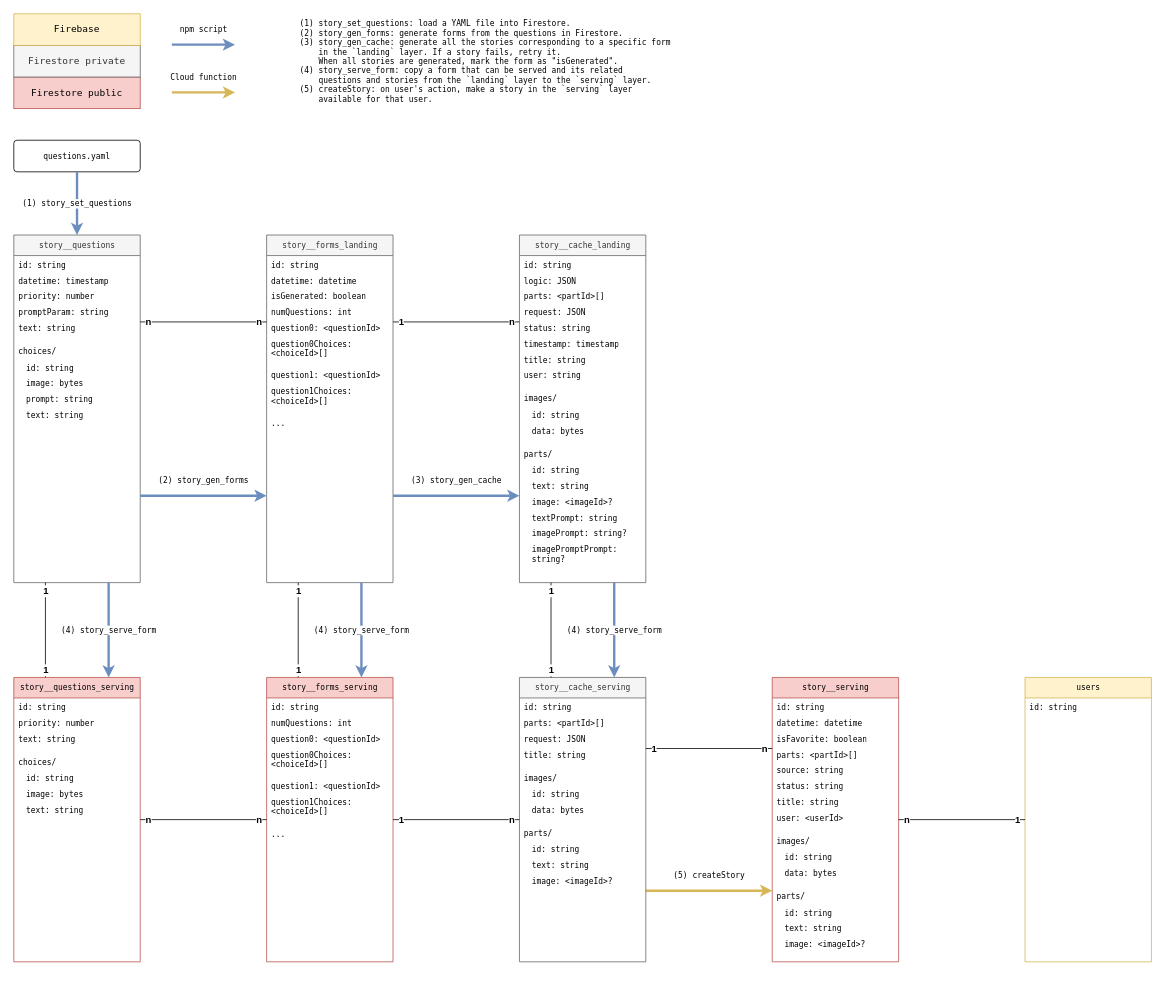
Above: doc/data_flow.drawio in AceZz/bedtime-writer (draw.io), before the change. Source tidied: cells renumbered, new cells numbered last; positions are measured from the earlier drawing's top-left corner, leaving out a move shared by most shapes. Both pictures are drawn from the tidied source at 79%, with x=0, y=0 at pixel (13, 13).
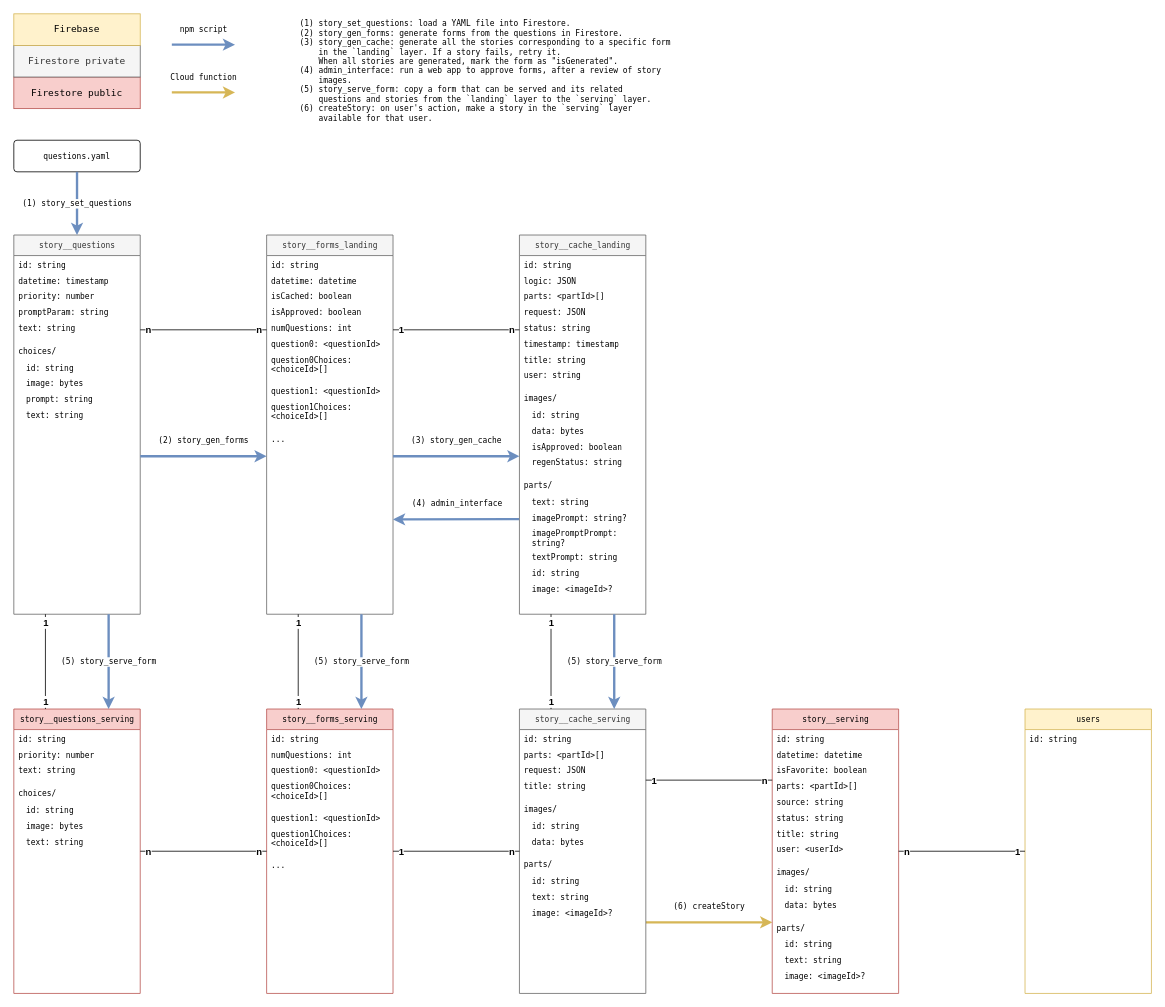
The same diagram, later.

The edit, as a diff of the source:
```diff
@@
     <mxCell id="2" value="story__questions" style="swimlane;html=1;fontStyle=0;horizontal=1;startSize=26;swimlaneFillColor=#ffffff;rounded=0;shadow=0;comic=0;labelBackgroundColor=none;strokeWidth=1;fontFamily=Lucida Console;fontSize=10;align=center;fillColor=#f5f5f5;strokeColor=#666666;swimlaneLine=1;glass=0;fontColor=#333333;" parent="1" vertex="1">
-      <mxGeometry y="280" width="160" height="440" as="geometry" />
+      <mxGeometry y="280" width="160" height="480" as="geometry" />
     </mxCell>
@@
     <mxCell id="13" value="story__forms_landing" style="swimlane;html=1;fontStyle=0;horizontal=1;startSize=26;swimlaneFillColor=#ffffff;rounded=0;shadow=0;comic=0;labelBackgroundColor=none;strokeWidth=1;fontFamily=Lucida Console;fontSize=10;align=center;fillColor=#f5f5f5;fontColor=#333333;strokeColor=#666666;swimlaneLine=1;glass=0;" parent="1" vertex="1">
-      <mxGeometry x="320" y="280" width="160" height="440" as="geometry" />
+      <mxGeometry x="320" y="280" width="160" height="480" as="geometry" />
     </mxCell>
@@
-    <mxCell id="16" value="isGenerated: boolean" style="text;strokeColor=none;fillColor=none;align=left;verticalAlign=top;spacingLeft=4;spacingRight=4;overflow=hidden;whiteSpace=wrap;html=1;fontFamily=Lucida Console;fontSize=10;labelBackgroundColor=none;" parent="13" vertex="1">
+    <mxCell id="16" value="isCached: boolean" style="text;strokeColor=none;fillColor=none;align=left;verticalAlign=top;spacingLeft=4;spacingRight=4;overflow=hidden;whiteSpace=wrap;html=1;fontFamily=Lucida Console;fontSize=10;labelBackgroundColor=none;" parent="13" vertex="1">
       <mxGeometry y="66" width="160" height="20" as="geometry" />
     </mxCell>
+    <mxCell id="137" value="isApproved: boolean" style="text;strokeColor=none;fillColor=none;align=left;verticalAlign=top;spacingLeft=4;spacingRight=4;overflow=hidden;whiteSpace=wrap;html=1;fontFamily=Lucida Console;fontSize=10;labelBackgroundColor=none;" parent="13" vertex="1">
+      <mxGeometry y="86" width="160" height="20" as="geometry" />
+    </mxCell>
     <mxCell id="17" value="numQuestions: int" style="text;strokeColor=none;fillColor=none;align=left;verticalAlign=top;spacingLeft=4;spacingRight=4;overflow=hidden;whiteSpace=wrap;html=1;fontFamily=Lucida Console;fontSize=10;labelBackgroundColor=none;" parent="13" vertex="1">
-      <mxGeometry y="86" width="160" height="20" as="geometry" />
+      <mxGeometry y="106" width="160" height="20" as="geometry" />
     </mxCell>
     <mxCell id="18" value="question0: &amp;lt;questionId&amp;gt;" style="text;strokeColor=none;fillColor=none;align=left;verticalAlign=top;spacingLeft=4;spacingRight=4;overflow=hidden;whiteSpace=wrap;html=1;fontFamily=Lucida Console;fontSize=10;labelBackgroundColor=none;" parent="13" vertex="1">
-      <mxGeometry y="106" width="160" height="20" as="geometry" />
+      <mxGeometry y="126" width="160" height="20" as="geometry" />
     </mxCell>
     <mxCell id="19" value="question0Choices: &amp;lt;choiceId&amp;gt;[]" style="text;strokeColor=none;fillColor=none;align=left;verticalAlign=top;spacingLeft=4;spacingRight=4;overflow=hidden;whiteSpace=wrap;html=1;fontFamily=Lucida Console;fontSize=10;labelBackgroundColor=none;" parent="13" vertex="1">
-      <mxGeometry y="126" width="160" height="40" as="geometry" />
+      <mxGeometry y="146" width="160" height="40" as="geometry" />
     </mxCell>
     <mxCell id="20" value="question1: &amp;lt;questionId&amp;gt;" style="text;strokeColor=none;fillColor=none;align=left;verticalAlign=top;spacingLeft=4;spacingRight=4;overflow=hidden;whiteSpace=wrap;html=1;fontFamily=Lucida Console;fontSize=10;labelBackgroundColor=none;" parent="13" vertex="1">
-      <mxGeometry y="166" width="160" height="20" as="geometry" />
+      <mxGeometry y="186" width="160" height="20" as="geometry" />
     </mxCell>
     <mxCell id="21" value="question1Choices: &amp;lt;choiceId&amp;gt;[]" style="text;strokeColor=none;fillColor=none;align=left;verticalAlign=top;spacingLeft=4;spacingRight=4;overflow=hidden;whiteSpace=wrap;html=1;fontFamily=Lucida Console;fontSize=10;labelBackgroundColor=none;" parent="13" vertex="1">
-      <mxGeometry y="186" width="160" height="40" as="geometry" />
+      <mxGeometry y="206" width="160" height="40" as="geometry" />
     </mxCell>
     <mxCell id="22" value="..." style="text;strokeColor=none;fillColor=none;align=left;verticalAlign=top;spacingLeft=4;spacingRight=4;overflow=hidden;whiteSpace=wrap;html=1;fontFamily=Lucida Console;fontSize=10;labelBackgroundColor=none;" parent="13" vertex="1">
-      <mxGeometry y="226" width="160" height="20" as="geometry" />
+      <mxGeometry y="246" width="160" height="20" as="geometry" />
     </mxCell>
     <mxCell id="23" value="story__cache_landing" style="swimlane;html=1;fontStyle=0;horizontal=1;startSize=26;swimlaneFillColor=#ffffff;rounded=0;shadow=0;comic=0;labelBackgroundColor=none;strokeWidth=1;fontFamily=Lucida Console;fontSize=10;align=center;fillColor=#f5f5f5;fontColor=#333333;strokeColor=#666666;swimlaneLine=1;glass=0;" parent="1" vertex="1">
-      <mxGeometry x="640" y="280" width="160" height="440" as="geometry" />
+      <mxGeometry x="640" y="280" width="160" height="480" as="geometry" />
     </mxCell>
@@
+    <mxCell id="138" value="isApproved: boolean" style="text;strokeColor=none;fillColor=none;align=left;verticalAlign=top;spacingLeft=14;spacingRight=4;overflow=hidden;whiteSpace=wrap;html=1;fontFamily=Lucida Console;fontSize=10;labelBackgroundColor=none;" parent="23" vertex="1">
+      <mxGeometry y="256" width="160" height="20" as="geometry" />
+    </mxCell>
+    <mxCell id="139" value="regenStatus: string" style="text;strokeColor=none;fillColor=none;align=left;verticalAlign=top;spacingLeft=14;spacingRight=4;overflow=hidden;whiteSpace=wrap;html=1;fontFamily=Lucida Console;fontSize=10;labelBackgroundColor=none;" parent="23" vertex="1">
+      <mxGeometry y="276" width="160" height="20" as="geometry" />
+    </mxCell>
     <mxCell id="35" value="parts/" style="text;strokeColor=none;fillColor=none;align=left;verticalAlign=bottom;spacingLeft=4;spacingRight=4;overflow=hidden;whiteSpace=wrap;html=1;fontFamily=Lucida Console;fontSize=10;labelBackgroundColor=none;" parent="23" vertex="1">
-      <mxGeometry y="256" width="160" height="30" as="geometry" />
+      <mxGeometry y="296" width="160" height="30" as="geometry" />
     </mxCell>
-    <mxCell id="36" value="id: string" style="text;strokeColor=none;fillColor=none;align=left;verticalAlign=top;spacingLeft=14;spacingRight=4;overflow=hidden;whiteSpace=wrap;html=1;fontFamily=Lucida Console;fontSize=10;labelBackgroundColor=none;" parent="23" vertex="1">
-      <mxGeometry y="286" width="160" height="20" as="geometry" />
-    </mxCell>
     <mxCell id="37" value="text: string" style="text;strokeColor=none;fillColor=none;align=left;verticalAlign=top;spacingLeft=14;spacingRight=4;overflow=hidden;whiteSpace=wrap;html=1;fontFamily=Lucida Console;fontSize=10;labelBackgroundColor=none;" parent="23" vertex="1">
-      <mxGeometry y="306" width="160" height="20" as="geometry" />
+      <mxGeometry y="326" width="160" height="20" as="geometry" />
     </mxCell>
-    <mxCell id="38" value="image: &amp;lt;imageId&amp;gt;?" style="text;strokeColor=none;fillColor=none;align=left;verticalAlign=top;spacingLeft=14;spacingRight=4;overflow=hidden;whiteSpace=wrap;html=1;fontFamily=Lucida Console;fontSize=10;labelBackgroundColor=none;" parent="23" vertex="1">
-      <mxGeometry y="326" width="160" height="20" as="geometry" />
-    </mxCell>
-    <mxCell id="39" value="textPrompt: string" style="text;strokeColor=none;fillColor=none;align=left;verticalAlign=top;spacingLeft=14;spacingRight=4;overflow=hidden;whiteSpace=wrap;html=1;fontFamily=Lucida Console;fontSize=10;labelBackgroundColor=none;" parent="23" vertex="1">
-      <mxGeometry y="346" width="160" height="20" as="geometry" />
-    </mxCell>
     <mxCell id="40" value="imagePrompt: string?" style="text;strokeColor=none;fillColor=none;align=left;verticalAlign=top;spacingLeft=14;spacingRight=4;overflow=hidden;points=[[0,0.5],[1,0.5]];portConstraint=eastwest;whiteSpace=wrap;html=1;fontFamily=Lucida Console;fontSize=10;labelBackgroundColor=none;" parent="23" vertex="1">
-      <mxGeometry y="366" width="160" height="20" as="geometry" />
+      <mxGeometry y="346" width="160" height="20" as="geometry" />
     </mxCell>
     <mxCell id="41" value="imagePromptPrompt: string?" style="text;strokeColor=none;fillColor=none;align=left;verticalAlign=top;spacingLeft=14;spacingRight=4;overflow=hidden;whiteSpace=wrap;html=1;fontFamily=Lucida Console;fontSize=10;labelBackgroundColor=none;" parent="23" vertex="1">
-      <mxGeometry y="386" width="160" height="30" as="geometry" />
+      <mxGeometry y="366" width="160" height="30" as="geometry" />
     </mxCell>
+    <mxCell id="39" value="textPrompt: string" style="text;strokeColor=none;fillColor=none;align=left;verticalAlign=top;spacingLeft=14;spacingRight=4;overflow=hidden;whiteSpace=wrap;html=1;fontFamily=Lucida Console;fontSize=10;labelBackgroundColor=none;" parent="23" vertex="1">
+      <mxGeometry y="396" width="160" height="20" as="geometry" />
+    </mxCell>
+    <mxCell id="36" value="id: string" style="text;strokeColor=none;fillColor=none;align=left;verticalAlign=top;spacingLeft=14;spacingRight=4;overflow=hidden;whiteSpace=wrap;html=1;fontFamily=Lucida Console;fontSize=10;labelBackgroundColor=none;" parent="23" vertex="1">
+      <mxGeometry y="416" width="160" height="20" as="geometry" />
+    </mxCell>
+    <mxCell id="38" value="image: &amp;lt;imageId&amp;gt;?" style="text;strokeColor=none;fillColor=none;align=left;verticalAlign=top;spacingLeft=14;spacingRight=4;overflow=hidden;whiteSpace=wrap;html=1;fontFamily=Lucida Console;fontSize=10;labelBackgroundColor=none;" parent="23" vertex="1">
+      <mxGeometry y="436" width="160" height="20" as="geometry" />
+    </mxCell>
     <mxCell id="42" value="story__forms_serving" style="swimlane;html=1;fontStyle=0;horizontal=1;startSize=26;swimlaneFillColor=#ffffff;rounded=0;shadow=0;comic=0;labelBackgroundColor=none;strokeWidth=1;fontFamily=Lucida Console;fontSize=10;align=center;fillColor=#f8cecc;strokeColor=#b85450;swimlaneLine=1;glass=0;" parent="1" vertex="1">
-      <mxGeometry x="320" y="840" width="160" height="360" as="geometry" />
+      <mxGeometry x="320" y="880" width="160" height="360" as="geometry" />
     </mxCell>
@@
-    <mxCell id="50" value="&lt;font style=&quot;font-size: 10px;&quot; face=&quot;Lucida Console&quot;&gt;(5) createStory&lt;br style=&quot;font-size: 10px;&quot;&gt;&lt;/font&gt;" style="edgeStyle=orthogonalEdgeStyle;rounded=0;jettySize=auto;html=1;exitX=1;exitY=0.75;exitDx=0;exitDy=0;entryX=0;entryY=0.75;entryDx=0;entryDy=0;fontSize=10;fontFamily=Lucida Console;strokeColor=#d6b656;endFill=1;strokeWidth=3;fillColor=#fff2cc;" parent="1" edge="1" source="51" target="65">
+    <mxCell id="50" value="&lt;font style=&quot;font-size: 10px;&quot; face=&quot;Lucida Console&quot;&gt;(6) createStory&lt;br style=&quot;font-size: 10px;&quot;&gt;&lt;/font&gt;" style="edgeStyle=orthogonalEdgeStyle;rounded=0;jettySize=auto;html=1;exitX=1;exitY=0.75;exitDx=0;exitDy=0;entryX=0;entryY=0.75;entryDx=0;entryDy=0;fontSize=10;fontFamily=Lucida Console;strokeColor=#d6b656;endFill=1;strokeWidth=3;fillColor=#fff2cc;" parent="1" edge="1" source="51" target="65">
       <mxGeometry y="20" relative="1" as="geometry" />
     </mxCell>
     <mxCell id="51" value="story__cache_serving" style="swimlane;html=1;fontStyle=0;horizontal=1;startSize=26;swimlaneFillColor=#ffffff;rounded=0;shadow=0;comic=0;labelBackgroundColor=none;strokeWidth=1;fontFamily=Lucida Console;fontSize=10;align=center;fillColor=#f5f5f5;strokeColor=#666666;swimlaneLine=1;glass=0;fontColor=#333333;" parent="1" vertex="1">
-      <mxGeometry x="640" y="840" width="160" height="360" as="geometry" />
+      <mxGeometry x="640" y="880" width="160" height="360" as="geometry" />
     </mxCell>
@@
     <mxCell id="65" value="story__serving" style="swimlane;html=1;fontStyle=0;horizontal=1;startSize=26;swimlaneFillColor=#ffffff;rounded=0;shadow=0;comic=0;labelBackgroundColor=none;strokeWidth=1;fontFamily=Lucida Console;fontSize=10;align=center;fillColor=#f8cecc;strokeColor=#b85450;swimlaneLine=1;glass=0;" parent="1" vertex="1">
-      <mxGeometry x="960" y="840" width="160" height="360" as="geometry" />
+      <mxGeometry x="960" y="880" width="160" height="360" as="geometry" />
     </mxCell>
@@
     <mxCell id="99" value="users" style="swimlane;html=1;fontStyle=0;horizontal=1;startSize=26;swimlaneFillColor=#ffffff;rounded=0;shadow=0;comic=0;labelBackgroundColor=none;strokeWidth=1;fontFamily=Lucida Console;fontSize=10;align=center;fillColor=#fff2cc;strokeColor=#d6b656;swimlaneLine=1;glass=0;" parent="1" vertex="1">
-      <mxGeometry x="1280" y="840" width="160" height="360" as="geometry" />
+      <mxGeometry x="1280" y="880" width="160" height="360" as="geometry" />
     </mxCell>
@@
-    <mxCell id="110" value="(2) story_gen_forms" style="endArrow=classic;html=1;rounded=0;endFill=1;fontFamily=Lucida Console;fontSize=10;strokeWidth=3;fillColor=#dae8fc;strokeColor=#6c8ebf;align=center;verticalAlign=middle;exitX=1;exitY=0.75;exitDx=0;exitDy=0;entryX=0;entryY=0.75;entryDx=0;entryDy=0;" parent="1" edge="1" source="2" target="13">
-      <mxGeometry y="20" relative="1" as="geometry" />
+    <mxCell id="110" value="(2) story_gen_forms" style="endArrow=classic;html=1;rounded=0;endFill=1;fontFamily=Lucida Console;fontSize=10;strokeWidth=3;fillColor=#dae8fc;strokeColor=#6c8ebf;align=center;verticalAlign=middle;exitX=1;exitY=0.75;exitDx=0;exitDy=0;entryX=0;entryY=0.75;entryDx=0;entryDy=0;" parent="1" edge="1">
+      <mxGeometry y="20" relative="1" as="geometry">
+        <mxPoint x="160" y="560" as="sourcePoint" />
+        <mxPoint x="320" y="560" as="targetPoint" />
+      </mxGeometry>
     </mxCell>
@@
-    <mxCell id="112" value="(3) story_gen_cache" style="endArrow=classic;html=1;rounded=0;endFill=1;fontFamily=Lucida Console;fontSize=10;strokeWidth=3;fillColor=#dae8fc;strokeColor=#6c8ebf;align=center;verticalAlign=middle;entryX=0;entryY=0.75;entryDx=0;entryDy=0;exitX=1;exitY=0.75;exitDx=0;exitDy=0;" parent="1" edge="1" source="13" target="23">
-      <mxGeometry y="20" relative="1" as="geometry" />
+    <mxCell id="112" value="(3) story_gen_cache" style="endArrow=classic;html=1;rounded=0;endFill=1;fontFamily=Lucida Console;fontSize=10;strokeWidth=3;fillColor=#dae8fc;strokeColor=#6c8ebf;align=center;verticalAlign=middle;entryX=0;entryY=0.75;entryDx=0;entryDy=0;exitX=1;exitY=0.75;exitDx=0;exitDy=0;" parent="1" edge="1">
+      <mxGeometry y="20" relative="1" as="geometry">
+        <mxPoint x="480" y="560" as="sourcePoint" />
+        <mxPoint x="640" y="560" as="targetPoint" />
+      </mxGeometry>
     </mxCell>
@@
-    <mxCell id="116" value="(4) story_serve_form" style="endArrow=classic;html=1;rounded=0;endFill=1;fontFamily=Lucida Console;fontSize=10;strokeWidth=3;fillColor=#dae8fc;strokeColor=#6c8ebf;align=center;verticalAlign=middle;exitX=0.75;exitY=1;exitDx=0;exitDy=0;entryX=0.75;entryY=0;entryDx=0;entryDy=0;" parent="1" edge="1" source="13" target="42">
+    <mxCell id="116" value="(5) story_serve_form" style="endArrow=classic;html=1;rounded=0;endFill=1;fontFamily=Lucida Console;fontSize=10;strokeWidth=3;fillColor=#dae8fc;strokeColor=#6c8ebf;align=center;verticalAlign=middle;exitX=0.75;exitY=1;exitDx=0;exitDy=0;entryX=0.75;entryY=0;entryDx=0;entryDy=0;" parent="1" edge="1" source="13" target="42">
       <mxGeometry relative="1" as="geometry" />
     </mxCell>
@@
-    <mxCell id="118" value="(4) story_serve_form" style="endArrow=classic;html=1;rounded=0;endFill=1;fontFamily=Lucida Console;fontSize=10;strokeWidth=3;fillColor=#dae8fc;strokeColor=#6c8ebf;align=center;verticalAlign=middle;exitX=0.75;exitY=1;exitDx=0;exitDy=0;entryX=0.75;entryY=0;entryDx=0;entryDy=0;" parent="1" edge="1" source="23" target="51">
+    <mxCell id="118" value="(5) story_serve_form" style="endArrow=classic;html=1;rounded=0;endFill=1;fontFamily=Lucida Console;fontSize=10;strokeWidth=3;fillColor=#dae8fc;strokeColor=#6c8ebf;align=center;verticalAlign=middle;exitX=0.75;exitY=1;exitDx=0;exitDy=0;entryX=0.75;entryY=0;entryDx=0;entryDy=0;" parent="1" edge="1" source="23" target="51">
       <mxGeometry relative="1" as="geometry" />
     </mxCell>
@@
-    <mxCell id="120" value="(1) story_set_questions: load a YAML file into Firestore.&lt;br&gt;(2) story_gen_forms: generate forms from the questions in Firestore.&lt;br&gt;(3) story_gen_cache: generate all the stories corresponding to a specific form&lt;br&gt;&amp;nbsp; &amp;nbsp; in the `landing` layer. If a story fails, retry it.&lt;br&gt;&amp;nbsp;&amp;nbsp;&amp;nbsp; When all stories are generated, mark the form as &quot;isGenerated&quot;.&lt;br&gt;(4) story_serve_form: copy a form that can be served and its related&lt;br&gt;&amp;nbsp;&amp;nbsp;&amp;nbsp; questions and stories from the `landing` layer to the `serving` layer.&lt;br&gt;&lt;div&gt;(5) createStory: on user's action, make a story in the `serving` layer&lt;/div&gt;&lt;div&gt;&amp;nbsp;&amp;nbsp;&amp;nbsp; available for that user.&lt;/div&gt;" style="text;html=1;strokeColor=none;fillColor=none;align=left;verticalAlign=top;whiteSpace=wrap;rounded=0;fontFamily=Lucida Console;fontSize=10;" parent="1" vertex="1">
+    <mxCell id="120" value="(1) story_set_questions: load a YAML file into Firestore.&lt;br&gt;(2) story_gen_forms: generate forms from the questions in Firestore.&lt;br&gt;(3) story_gen_cache: generate all the stories corresponding to a specific form&lt;br&gt;&amp;nbsp; &amp;nbsp; in the `landing` layer. If a story fails, retry it.&lt;br&gt;&amp;nbsp;&amp;nbsp;&amp;nbsp; When all stories are generated, mark the form as &quot;isGenerated&quot;.&lt;br&gt;(4) admin_interface: run a web app to approve forms, after a review of story &lt;br&gt;&amp;nbsp; &amp;nbsp; images.&lt;br&gt;(5) story_serve_form: copy a form that can be served and its related&lt;br&gt;&amp;nbsp;&amp;nbsp;&amp;nbsp; questions and stories from the `landing` layer to the `serving` layer.&lt;br&gt;&lt;div&gt;(6) createStory: on user's action, make a story in the `serving` layer&lt;/div&gt;&lt;div&gt;&amp;nbsp;&amp;nbsp;&amp;nbsp; available for that user.&lt;/div&gt;" style="text;html=1;strokeColor=none;fillColor=none;align=left;verticalAlign=top;whiteSpace=wrap;rounded=0;fontFamily=Lucida Console;fontSize=10;" parent="1" vertex="1">
       <mxGeometry x="360" width="480" height="120" as="geometry" />
     </mxCell>
     <mxCell id="121" value="story__questions_serving" style="swimlane;html=1;fontStyle=0;horizontal=1;startSize=26;swimlaneFillColor=#ffffff;rounded=0;shadow=0;comic=0;labelBackgroundColor=none;strokeWidth=1;fontFamily=Lucida Console;fontSize=10;align=center;fillColor=#f8cecc;strokeColor=#b85450;swimlaneLine=1;glass=0;" parent="1" vertex="1">
-      <mxGeometry y="840" width="160" height="360" as="geometry" />
+      <mxGeometry y="880" width="160" height="360" as="geometry" />
     </mxCell>
@@
-    <mxCell id="132" value="(4) story_serve_form" style="endArrow=classic;html=1;rounded=0;endFill=1;fontFamily=Lucida Console;fontSize=10;strokeWidth=3;fillColor=#dae8fc;strokeColor=#6c8ebf;align=center;verticalAlign=middle;exitX=0.75;exitY=1;exitDx=0;exitDy=0;entryX=0.75;entryY=0;entryDx=0;entryDy=0;" parent="1" edge="1" source="2" target="121">
+    <mxCell id="132" value="(5) story_serve_form" style="endArrow=classic;html=1;rounded=0;endFill=1;fontFamily=Lucida Console;fontSize=10;strokeWidth=3;fillColor=#dae8fc;strokeColor=#6c8ebf;align=center;verticalAlign=middle;exitX=0.75;exitY=1;exitDx=0;exitDy=0;entryX=0.75;entryY=0;entryDx=0;entryDy=0;" parent="1" edge="1" source="2" target="121">
       <mxGeometry relative="1" as="geometry" />
     </mxCell>
@@
+    <mxCell id="140" value="(4) admin_interface" style="endArrow=classic;html=1;rounded=0;endFill=1;fontFamily=Lucida Console;fontSize=10;strokeWidth=3;fillColor=#dae8fc;strokeColor=#6c8ebf;align=center;verticalAlign=middle;exitX=-0.003;exitY=0.682;exitDx=0;exitDy=0;entryX=1;entryY=0.75;entryDx=0;entryDy=0;exitPerimeter=0;" parent="1" edge="1" source="40" target="13">
+      <mxGeometry x="-0.02" y="-20" relative="1" as="geometry" />
+    </mxCell>
+    <mxCell id="141" style="html=1;whiteSpace=wrap;align=left;verticalAlign=bottom;fontStyle=1;" parent="140" vertex="1">
+      <mxGeometry relative="1" as="geometry" />
+    </mxCell>
```
